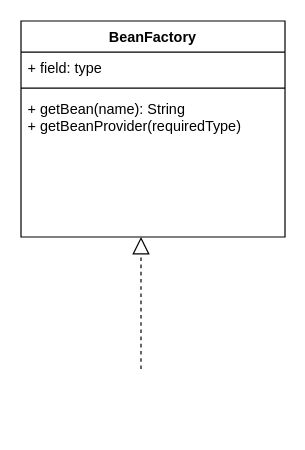
This is Untitled Diagram.drawio from Aiksyuan/draw.io, a draw.io file, before an edit. Source tidied: cells renumbered, new cells numbered last; positions are measured from the earlier drawing's top-left corner, leaving out a move shared by most shapes. Both pictures are drawn from the tidied source at 120%, with x=0, y=0 at pixel (20, 20).
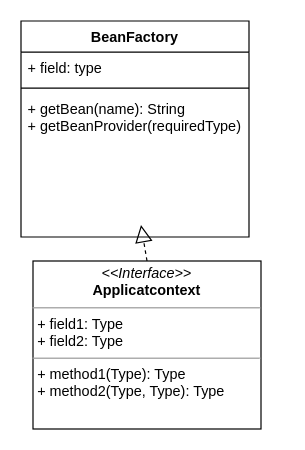
Above is the later version.

Diff of the diagram source:
```diff
@@
 <mxGraphModel>
   <root>
     <mxCell id="0" />
     <mxCell id="1" parent="0" />
     <mxCell id="2" value="BeanFactory" style="swimlane;fontStyle=1;align=center;verticalAlign=top;horizontal=1;startSize=26;" parent="1" vertex="1">
-      <mxGeometry width="220" height="180" as="geometry" />
+      <mxGeometry width="190" height="180" as="geometry" />
     </mxCell>
     <mxCell id="3" value="+ field: type" style="text;strokeColor=none;fillColor=none;align=left;verticalAlign=top;spacingLeft=4;spacingRight=4;overflow=hidden;" parent="2" vertex="1">
-      <mxGeometry y="26" width="220" height="26" as="geometry" />
+      <mxGeometry y="26" width="190" height="26" as="geometry" />
     </mxCell>
     <mxCell id="4" style="line;strokeWidth=1;fillColor=none;align=left;verticalAlign=middle;spacingTop=-1;spacingLeft=3;spacingRight=3;labelPosition=right;" parent="2" vertex="1">
-      <mxGeometry y="52" width="220" height="8" as="geometry" />
+      <mxGeometry y="52" width="190" height="8" as="geometry" />
     </mxCell>
     <mxCell id="5" value="+ getBean(name): String&#10;+ getBeanProvider(requiredType)" style="text;strokeColor=none;fillColor=none;align=left;verticalAlign=top;spacingLeft=4;spacingRight=4;overflow=hidden;" parent="2" vertex="1">
-      <mxGeometry y="60" width="220" height="120" as="geometry" />
+      <mxGeometry y="60" width="190" height="120" as="geometry" />
     </mxCell>
-    <mxCell id="6" style="endArrow=block;dashed=1;endFill=0;endSize=12;html=1;" parent="1" edge="1">
+    <mxCell id="6" style="endArrow=block;dashed=1;endFill=0;endSize=12;html=1;exitX=0.5;exitY=0;exitDx=0;exitDy=0;" parent="1" edge="1" source="7">
       <mxGeometry relative="1" as="geometry">
-        <mxPoint x="100" y="290" as="sourcePoint" />
-        <mxPoint x="100" y="180" as="targetPoint" />
+        <mxPoint x="100" y="170" as="targetPoint" />
       </mxGeometry>
     </mxCell>
+    <mxCell id="7" value="&lt;p style=&quot;margin: 0px ; margin-top: 4px ; text-align: center&quot;&gt;&lt;i&gt;&amp;lt;&amp;lt;Interface&amp;gt;&amp;gt;&lt;/i&gt;&lt;br&gt;&lt;b&gt;Applicatcontext&lt;/b&gt;&lt;/p&gt;&lt;hr size=&quot;1&quot;&gt;&lt;p style=&quot;margin: 0px ; margin-left: 4px&quot;&gt;+ field1: Type&lt;br&gt;+ field2: Type&lt;/p&gt;&lt;hr size=&quot;1&quot;&gt;&lt;p style=&quot;margin: 0px ; margin-left: 4px&quot;&gt;+ method1(Type): Type&lt;br&gt;+ method2(Type, Type): Type&lt;/p&gt;" style="verticalAlign=top;align=left;overflow=fill;fontSize=12;fontFamily=Helvetica;html=1;" parent="1" vertex="1">
+      <mxGeometry x="10" y="200" width="190" height="140" as="geometry" />
+    </mxCell>
   </root>
 </mxGraphModel>
```
